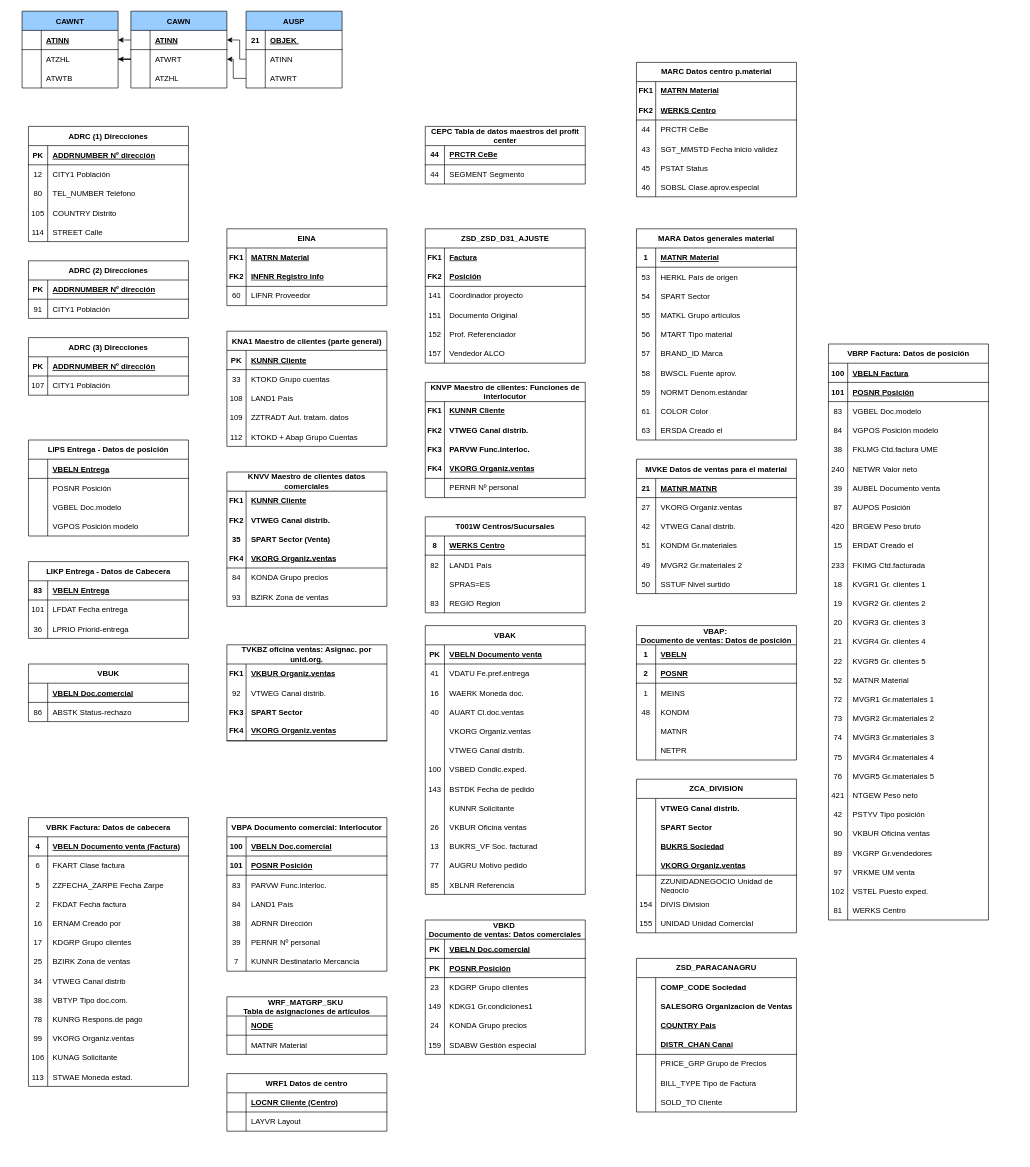
Jacarrascoh1977/Ventas_Y_Contribuciones keeps this draw.io diagram as Untitled Diagram.drawio. Above is the earlier version. Source tidied: cells renumbered, new cells numbered last; positions are measured from the earlier drawing's top-left corner, leaving out a move shared by most shapes. Both pictures are drawn from the tidied source at 64%, with x=0, y=0 at pixel (22, 11).
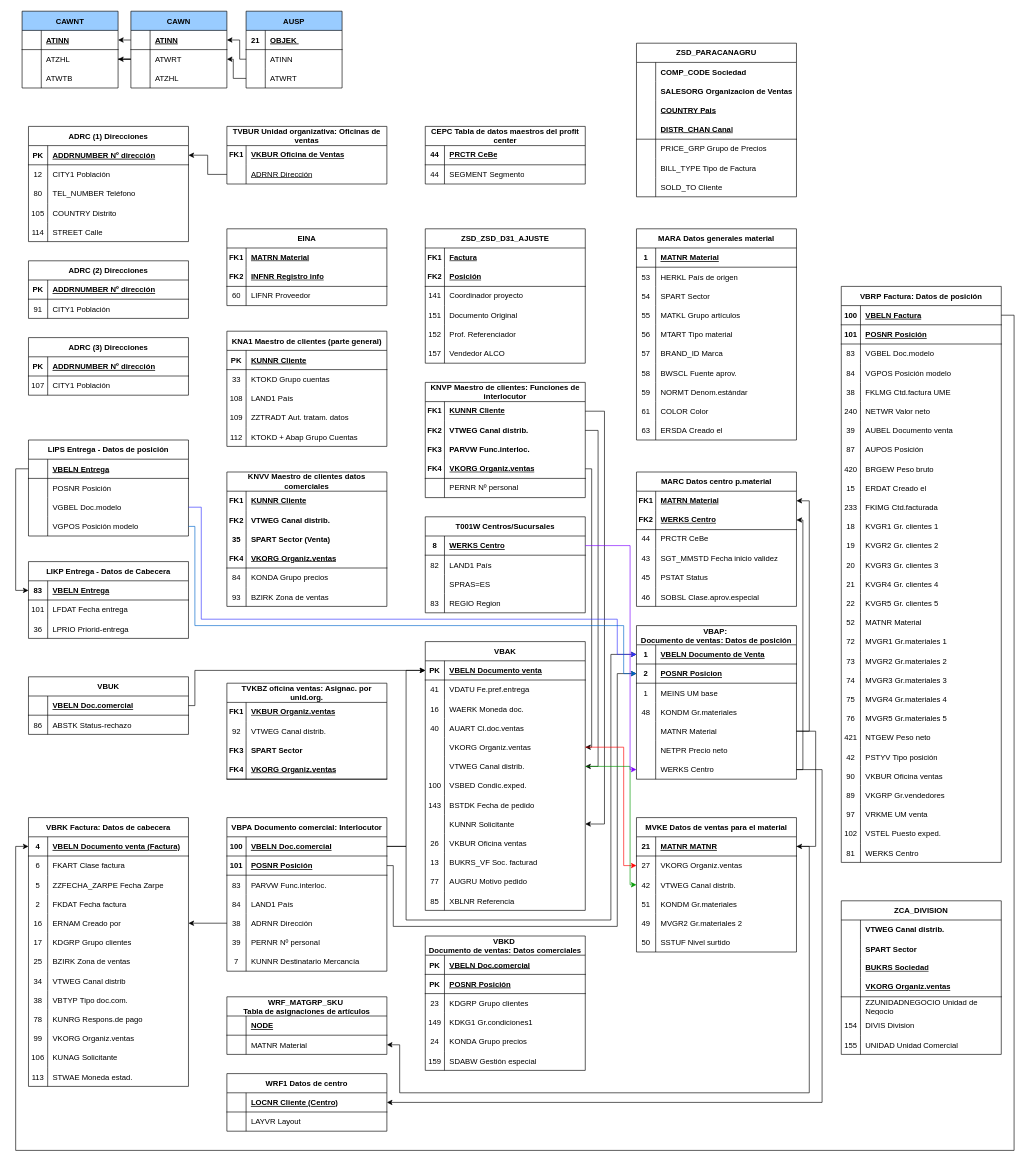
The same page after the edit.

Unchanged cells that the change refers to:
```xml
<mxCell id="37" style="shape=partialRectangle;fillColor=none;points=[[0,0.5],[1,0.5]];portConstraint=eastwest;top=0;left=0;right=0;bottom=1;" parent="36" vertex="1">
<mxCell id="67" style="shape=tableRow;horizontal=0;startSize=0;swimlaneHead=0;swimlaneBody=0;fillColor=none;points=[[0,0.5],[1,0.5]];portConstraint=eastwest;top=0;left=0;right=0;bottom=0;html=1;" parent="66" vertex="1">
<mxCell id="70" style="shape=tableRow;horizontal=0;startSize=0;swimlaneHead=0;swimlaneBody=0;fillColor=none;points=[[0,0.5],[1,0.5]];portConstraint=eastwest;top=0;left=0;right=0;bottom=1;html=1;" parent="66" vertex="1">
<mxCell id="138" style="shape=tableRow;horizontal=0;startSize=0;swimlaneHead=0;swimlaneBody=0;fillColor=none;points=[[0,0.5],[1,0.5]];portConstraint=eastwest;top=0;left=0;right=0;bottom=0;html=1;" parent="137" vertex="1">
<mxCell id="141" style="shape=tableRow;horizontal=0;startSize=0;swimlaneHead=0;swimlaneBody=0;fillColor=none;points=[[0,0.5],[1,0.5]];portConstraint=eastwest;top=0;left=0;right=0;bottom=0;" parent="137" vertex="1">
<mxCell id="147" style="shape=tableRow;horizontal=0;startSize=0;swimlaneHead=0;swimlaneBody=0;fillColor=none;points=[[0,0.5],[1,0.5]];portConstraint=eastwest;top=0;left=0;right=0;bottom=1;html=1;" parent="137" vertex="1">
<mxCell id="173" style="shape=partialRectangle;fillColor=none;points=[[0,0.5],[1,0.5]];portConstraint=eastwest;top=0;left=0;right=0;bottom=1;" parent="172" vertex="1">
<mxCell id="179" style="shape=partialRectangle;fillColor=none;points=[[0,0.5],[1,0.5]];portConstraint=eastwest;top=0;left=0;right=0;bottom=0;" parent="172" vertex="1">
<mxCell id="182" style="shape=partialRectangle;fillColor=none;points=[[0,0.5],[1,0.5]];portConstraint=eastwest;top=0;left=0;right=0;bottom=0;" parent="172" vertex="1">
<mxCell id="186" style="shape=partialRectangle;fillColor=none;points=[[0,0.5],[1,0.5]];portConstraint=eastwest;top=0;left=0;right=0;bottom=1;" parent="185" vertex="1">
<mxCell id="227" style="shape=partialRectangle;fillColor=none;points=[[0,0.5],[1,0.5]];portConstraint=eastwest;top=0;left=0;right=0;bottom=1;" parent="226" vertex="1">
<mxCell id="230" style="shape=partialRectangle;fillColor=none;points=[[0,0.5],[1,0.5]];portConstraint=eastwest;top=0;left=0;right=0;bottom=0;" parent="226" vertex="1">
<mxCell id="233" style="shape=partialRectangle;fillColor=none;points=[[0,0.5],[1,0.5]];portConstraint=eastwest;top=0;left=0;right=0;bottom=0;" parent="226" vertex="1">
<mxCell id="246" style="shape=partialRectangle;fillColor=none;points=[[0,0.5],[1,0.5]];portConstraint=eastwest;top=0;left=0;right=0;bottom=1;" parent="245" vertex="1">
<mxCell id="272" style="shape=partialRectangle;fillColor=none;points=[[0,0.5],[1,0.5]];portConstraint=eastwest;top=0;left=0;right=0;bottom=1;" parent="271" vertex="1">
<mxCell id="284" style="shape=partialRectangle;fillColor=none;points=[[0,0.5],[1,0.5]];portConstraint=eastwest;top=0;left=0;right=0;bottom=0;" parent="271" vertex="1">
<mxCell id="287" style="shape=partialRectangle;fillColor=none;points=[[0,0.5],[1,0.5]];portConstraint=eastwest;top=0;left=0;right=0;bottom=0;" parent="271" vertex="1">
<mxCell id="296" style="shape=partialRectangle;fillColor=none;points=[[0,0.5],[1,0.5]];portConstraint=eastwest;top=0;left=0;right=0;bottom=0;" parent="271" vertex="1">
<mxCell id="312" style="shape=partialRectangle;fillColor=none;points=[[0,0.5],[1,0.5]];portConstraint=eastwest;top=0;left=0;right=0;bottom=1;" parent="311" vertex="1">
<mxCell id="315" style="shape=partialRectangle;fillColor=none;points=[[0,0.5],[1,0.5]];portConstraint=eastwest;top=0;left=0;right=0;bottom=1;" parent="311" vertex="1">
<mxCell id="318" style="shape=partialRectangle;fillColor=none;top=0;left=0;right=0;bottom=0;" parent="311" vertex="1">
<mxCell id="321" style="shape=partialRectangle;fillColor=none;top=0;left=0;right=0;bottom=0;" parent="311" vertex="1">
<mxCell id="324" style="shape=partialRectangle;fillColor=none;points=[[0,0.5],[1,0.5]];portConstraint=eastwest;top=0;left=0;right=0;bottom=0;" parent="311" vertex="1">
<mxCell id="327" style="shape=partialRectangle;fillColor=none;top=0;left=0;right=0;bottom=0;" parent="311" vertex="1">
<mxCell id="350" style="shape=partialRectangle;fillColor=none;points=[[0,0.5],[1,0.5]];portConstraint=eastwest;top=0;left=0;right=0;bottom=1;" parent="349" vertex="1">
<mxCell id="357" style="shape=partialRectangle;fillColor=none;points=[[0,0.5],[1,0.5]];portConstraint=eastwest;top=0;left=0;right=0;bottom=1;" parent="356" vertex="1">
<mxCell id="369" style="shape=partialRectangle;fillColor=none;points=[[0,0.5],[1,0.5]];portConstraint=eastwest;top=0;left=0;right=0;bottom=0;" parent="356" vertex="1">
<mxCell id="397" style="shape=partialRectangle;fillColor=none;points=[[0,0.5],[1,0.5]];portConstraint=eastwest;top=0;left=0;right=0;bottom=1;" parent="396" vertex="1">
<mxCell id="485" style="shape=partialRectangle;fillColor=none;points=[[0,0.5],[1,0.5]];portConstraint=eastwest;top=0;left=0;right=0;bottom=1;" parent="484" vertex="1">
<mxCell id="488" style="shape=partialRectangle;fillColor=none;points=[[0,0.5],[1,0.5]];portConstraint=eastwest;top=0;left=0;right=0;bottom=1;" parent="484" vertex="1">
<mxCell id="497" style="shape=partialRectangle;fillColor=none;points=[[0,0.5],[1,0.5]];portConstraint=eastwest;top=0;left=0;right=0;bottom=0;" parent="484" vertex="1">
<mxCell id="510" style="shape=partialRectangle;fillColor=none;points=[[0,0.5],[1,0.5]];portConstraint=eastwest;top=0;left=0;right=0;bottom=0;" parent="506" vertex="1">
<mxCell id="514" style="shape=partialRectangle;fillColor=none;points=[[0,0.5],[1,0.5]];portConstraint=eastwest;top=0;left=0;right=0;bottom=1;" parent="513" vertex="1">
```

Change to the diagram source:
```diff
@@
     <mxCell id="66" value="MARC&amp;nbsp;Datos centro p.material" style="shape=table;startSize=30;childLayout=tableLayout;rowLines=0;fontStyle=1;align=center;html=1;whiteSpace=wrap;" parent="1" vertex="1">
-      <mxGeometry x="960" y="80" width="250" height="210" as="geometry" />
+      <mxGeometry x="960" y="720" width="250" height="210" as="geometry" />
     </mxCell>
@@
     <mxCell id="226" value="MVKE Datos de ventas para el material" style="shape=table;startSize=30;childLayout=tableLayout;rowLines=0;fontStyle=1;align=center;" parent="1" vertex="1">
-      <mxGeometry x="960" y="700" width="250" height="210" as="geometry" />
+      <mxGeometry x="960" y="1260" width="250" height="210" as="geometry" />
     </mxCell>
@@
     <mxCell id="258" value="TVKBZ&amp;nbsp;oficina ventas: Asignac. por unid.org." style="shape=table;startSize=30;childLayout=tableLayout;rowLines=0;fontStyle=1;align=center;html=1;whiteSpace=wrap;" parent="1" vertex="1">
-      <mxGeometry x="320" y="990" width="250" height="150" as="geometry" />
+      <mxGeometry x="320" y="1050" width="250" height="150" as="geometry" />
     </mxCell>
@@
     <mxCell id="271" value="VBAK" style="shape=table;startSize=30;childLayout=tableLayout;rowLines=0;fontStyle=1;align=center;" parent="1" vertex="1">
-      <mxGeometry x="630" y="960" width="250" height="420" as="geometry" />
+      <mxGeometry x="630" y="985" width="250" height="420" as="geometry" />
     </mxCell>
@@
     <mxCell id="311" value="VBAP: &#10;Documento de ventas: Datos de posición" style="shape=table;startSize=30;childLayout=tableLayout;rowLines=0;fontStyle=1;align=center;" parent="1" vertex="1">
-      <mxGeometry x="960" y="960" width="250" height="210" as="geometry" />
+      <mxGeometry x="960" y="960" width="250" height="240" as="geometry" />
     </mxCell>
@@
-    <mxCell id="314" value="VBELN" style="shape=partialRectangle;overflow=hidden;fillColor=none;top=0;left=0;bottom=0;right=0;align=left;spacingLeft=6;fontStyle=5;" parent="312" vertex="1">
+    <mxCell id="314" value="VBELN Documento de Venta" style="shape=partialRectangle;overflow=hidden;fillColor=none;top=0;left=0;bottom=0;right=0;align=left;spacingLeft=6;fontStyle=5;" parent="312" vertex="1">
       <mxGeometry x="30" width="220" height="30" as="geometry" />
     </mxCell>
@@
-    <mxCell id="317" value="POSNR" style="shape=partialRectangle;overflow=hidden;fillColor=none;top=0;left=0;bottom=0;right=0;align=left;spacingLeft=6;fontStyle=5;" parent="315" vertex="1">
+    <mxCell id="317" value="POSNR Posicion" style="shape=partialRectangle;overflow=hidden;fillColor=none;top=0;left=0;bottom=0;right=0;align=left;spacingLeft=6;fontStyle=5;" parent="315" vertex="1">
       <mxGeometry x="30" width="220" height="30" as="geometry" />
     </mxCell>
@@
-    <mxCell id="320" value="MEINS" style="shape=partialRectangle;overflow=hidden;fillColor=none;top=0;left=0;bottom=0;right=0;align=left;spacingLeft=6;" parent="318" vertex="1">
+    <mxCell id="320" value="MEINS UM base" style="shape=partialRectangle;overflow=hidden;fillColor=none;top=0;left=0;bottom=0;right=0;align=left;spacingLeft=6;" parent="318" vertex="1">
       <mxGeometry x="30" width="220" height="30" as="geometry" />
     </mxCell>
@@
-    <mxCell id="323" value="KONDM" style="shape=partialRectangle;overflow=hidden;fillColor=none;top=0;left=0;bottom=0;right=0;align=left;spacingLeft=6;" parent="321" vertex="1">
+    <mxCell id="323" value="KONDM Gr.materiales" style="shape=partialRectangle;overflow=hidden;fillColor=none;top=0;left=0;bottom=0;right=0;align=left;spacingLeft=6;" parent="321" vertex="1">
       <mxGeometry x="30" width="220" height="30" as="geometry" />
     </mxCell>
@@
-    <mxCell id="326" value="MATNR" style="shape=partialRectangle;overflow=hidden;fillColor=none;top=0;left=0;bottom=0;right=0;align=left;spacingLeft=6;" parent="324" vertex="1">
+    <mxCell id="326" value="MATNR Material" style="shape=partialRectangle;overflow=hidden;fillColor=none;top=0;left=0;bottom=0;right=0;align=left;spacingLeft=6;" parent="324" vertex="1">
       <mxGeometry x="30" width="220" height="30" as="geometry" />
     </mxCell>
@@
-    <mxCell id="329" value="NETPR" style="shape=partialRectangle;overflow=hidden;fillColor=none;top=0;left=0;bottom=0;right=0;align=left;spacingLeft=6;" parent="327" vertex="1">
+    <mxCell id="329" value="NETPR Precio neto" style="shape=partialRectangle;overflow=hidden;fillColor=none;top=0;left=0;bottom=0;right=0;align=left;spacingLeft=6;" parent="327" vertex="1">
       <mxGeometry x="30" width="220" height="30" as="geometry" />
     </mxCell>
+    <mxCell id="564" style="shape=tableRow;horizontal=0;startSize=0;swimlaneHead=0;swimlaneBody=0;fillColor=none;points=[[0,0.5],[1,0.5]];portConstraint=eastwest;top=0;left=0;right=0;bottom=0;" parent="311" vertex="1">
+      <mxGeometry y="210" width="250" height="30" as="geometry" />
+    </mxCell>
+    <mxCell id="565" style="shape=partialRectangle;fillColor=none;top=0;left=0;bottom=0;right=0;overflow=hidden;" parent="564" vertex="1">
+      <mxGeometry width="30" height="30" as="geometry" />
+    </mxCell>
+    <mxCell id="566" value="WERKS Centro" style="shape=partialRectangle;fillColor=none;top=0;left=0;bottom=0;right=0;align=left;spacingLeft=6;overflow=hidden;" parent="564" vertex="1">
+      <mxGeometry x="30" width="220" height="30" as="geometry" />
+    </mxCell>
     <mxCell id="330" value="VBKD &#10;Documento de ventas: Datos comerciales" style="shape=table;startSize=30;childLayout=tableLayout;rowLines=0;fontStyle=1;align=center;" parent="1" vertex="1">
-      <mxGeometry x="630" y="1420" width="250" height="210" as="geometry" />
+      <mxGeometry x="630" y="1445" width="250" height="210" as="geometry" />
     </mxCell>
@@
     <mxCell id="349" value="VBUK" style="shape=table;startSize=30;childLayout=tableLayout;rowLines=0;fontStyle=1;align=center;" parent="1" vertex="1">
-      <mxGeometry x="10" y="1020" width="250" height="90" as="geometry" />
+      <mxGeometry x="10" y="1040" width="250" height="90" as="geometry" />
     </mxCell>
@@
     <mxCell id="396" value="VBRP Factura: Datos de posición" style="shape=table;startSize=30;childLayout=tableLayout;rowLines=0;fontStyle=1;align=center;" parent="1" vertex="1">
-      <mxGeometry x="1260" y="520" width="250" height="900" as="geometry" />
+      <mxGeometry x="1280" y="430" width="250" height="900" as="geometry" />
     </mxCell>
@@
     <mxCell id="520" value="ZCA_DIVISION" style="shape=table;startSize=30;childLayout=tableLayout;rowLines=0;fontStyle=1;align=center;html=1;whiteSpace=wrap;" parent="1" vertex="1">
-      <mxGeometry x="960" y="1200" width="250" height="240" as="geometry" />
+      <mxGeometry x="1280" y="1390" width="250" height="240" as="geometry" />
     </mxCell>
@@
     <mxCell id="542" value="ZSD_PARACANAGRU" style="shape=table;startSize=30;childLayout=tableLayout;rowLines=0;fontStyle=1;align=center;html=1;whiteSpace=wrap;" parent="1" vertex="1">
-      <mxGeometry x="960" y="1480" width="250" height="240" as="geometry" />
+      <mxGeometry x="960" y="50" width="250" height="240" as="geometry" />
     </mxCell>
@@
+    <mxCell id="567" style="edgeStyle=orthogonalEdgeStyle;rounded=0;jettySize=auto;html=1;entryX=0;entryY=0.5;entryDx=0;entryDy=0;" parent="1" edge="1" source="485" target="272">
+      <mxGeometry relative="1" as="geometry" />
+    </mxCell>
+    <mxCell id="568" style="edgeStyle=orthogonalEdgeStyle;rounded=0;jettySize=auto;html=1;entryX=0;entryY=0.5;entryDx=0;entryDy=0;" parent="1" edge="1" source="485" target="312">
+      <mxGeometry relative="1" as="geometry">
+        <Array as="points">
+          <mxPoint x="600" y="1305" />
+          <mxPoint x="600" y="1420" />
+          <mxPoint x="920" y="1420" />
+          <mxPoint x="920" y="1005" />
+        </Array>
+      </mxGeometry>
+    </mxCell>
+    <mxCell id="569" style="edgeStyle=orthogonalEdgeStyle;rounded=0;jettySize=auto;html=1;" parent="1" edge="1" source="497" target="369">
+      <mxGeometry relative="1" as="geometry" />
+    </mxCell>
+    <mxCell id="570" style="edgeStyle=orthogonalEdgeStyle;rounded=0;jettySize=auto;html=1;" parent="1" edge="1" source="488" target="315">
+      <mxGeometry relative="1" as="geometry">
+        <Array as="points">
+          <mxPoint x="580" y="1335" />
+          <mxPoint x="580" y="1430" />
+          <mxPoint x="930" y="1430" />
+          <mxPoint x="930" y="1035" />
+        </Array>
+      </mxGeometry>
+    </mxCell>
+    <mxCell id="571" style="edgeStyle=orthogonalEdgeStyle;rounded=0;jettySize=auto;html=1;entryX=1;entryY=0.5;entryDx=0;entryDy=0;" parent="1" edge="1" source="147" target="284">
+      <mxGeometry relative="1" as="geometry">
+        <Array as="points">
+          <mxPoint x="890" y="715" />
+          <mxPoint x="890" y="1150" />
+        </Array>
+      </mxGeometry>
+    </mxCell>
+    <mxCell id="572" style="edgeStyle=orthogonalEdgeStyle;rounded=0;jettySize=auto;html=1;entryX=1;entryY=0.5;entryDx=0;entryDy=0;" parent="1" edge="1" source="141" target="287">
+      <mxGeometry relative="1" as="geometry">
+        <Array as="points">
+          <mxPoint x="900" y="655" />
+          <mxPoint x="900" y="1180" />
+        </Array>
+      </mxGeometry>
+    </mxCell>
+    <mxCell id="573" style="edgeStyle=orthogonalEdgeStyle;rounded=0;jettySize=auto;html=1;entryX=1;entryY=0.5;entryDx=0;entryDy=0;" parent="1" edge="1" source="138" target="296">
+      <mxGeometry relative="1" as="geometry">
+        <Array as="points">
+          <mxPoint x="910" y="625" />
+          <mxPoint x="910" y="1270" />
+        </Array>
+      </mxGeometry>
+    </mxCell>
+    <mxCell id="574" style="edgeStyle=orthogonalEdgeStyle;rounded=0;jettySize=auto;html=1;entryX=0;entryY=0.5;entryDx=0;entryDy=0;strokeColor=#3333FF;" parent="1" edge="1" source="179" target="312">
+      <mxGeometry relative="1" as="geometry">
+        <Array as="points">
+          <mxPoint x="280" y="775" />
+          <mxPoint x="280" y="950" />
+          <mxPoint x="930" y="950" />
+          <mxPoint x="930" y="1005" />
+        </Array>
+      </mxGeometry>
+    </mxCell>
+    <mxCell id="575" style="edgeStyle=orthogonalEdgeStyle;rounded=0;jettySize=auto;html=1;strokeColor=#0066CC;" parent="1" edge="1" source="182" target="315">
+      <mxGeometry relative="1" as="geometry">
+        <Array as="points">
+          <mxPoint x="270" y="805" />
+          <mxPoint x="270" y="960" />
+          <mxPoint x="940" y="960" />
+          <mxPoint x="940" y="1035" />
+        </Array>
+      </mxGeometry>
+    </mxCell>
+    <mxCell id="576" style="edgeStyle=orthogonalEdgeStyle;rounded=0;jettySize=auto;html=1;entryX=0;entryY=0.5;entryDx=0;entryDy=0;" parent="1" edge="1" source="173" target="186">
+      <mxGeometry relative="1" as="geometry" />
+    </mxCell>
+    <mxCell id="577" style="edgeStyle=orthogonalEdgeStyle;rounded=0;jettySize=auto;html=1;entryX=1;entryY=0.5;entryDx=0;entryDy=0;" parent="1" edge="1" source="564" target="70">
+      <mxGeometry relative="1" as="geometry">
+        <Array as="points">
+          <mxPoint x="1220" y="1185" />
+          <mxPoint x="1220" y="795" />
+        </Array>
+      </mxGeometry>
+    </mxCell>
+    <mxCell id="578" style="edgeStyle=orthogonalEdgeStyle;rounded=0;jettySize=auto;html=1;entryX=1;entryY=0.5;entryDx=0;entryDy=0;" parent="1" edge="1" source="324" target="67">
+      <mxGeometry relative="1" as="geometry">
+        <Array as="points">
+          <mxPoint x="1230" y="1125" />
+          <mxPoint x="1230" y="765" />
+        </Array>
+      </mxGeometry>
+    </mxCell>
+    <mxCell id="579" style="edgeStyle=orthogonalEdgeStyle;rounded=0;jettySize=auto;html=1;entryX=0;entryY=0.5;entryDx=0;entryDy=0;strokeColor=#FF0000;" parent="1" edge="1" source="284" target="230">
+      <mxGeometry relative="1" as="geometry">
+        <Array as="points">
+          <mxPoint x="940" y="1150" />
+          <mxPoint x="940" y="1335" />
+        </Array>
+      </mxGeometry>
+    </mxCell>
+    <mxCell id="580" style="edgeStyle=orthogonalEdgeStyle;rounded=0;jettySize=auto;html=1;strokeColor=#009900;" parent="1" edge="1" source="287" target="233">
+      <mxGeometry relative="1" as="geometry">
+        <Array as="points">
+          <mxPoint x="950" y="1180" />
+          <mxPoint x="950" y="1365" />
+        </Array>
+      </mxGeometry>
+    </mxCell>
+    <mxCell id="581" style="edgeStyle=orthogonalEdgeStyle;rounded=0;jettySize=auto;html=1;" parent="1" edge="1" source="324" target="227">
+      <mxGeometry relative="1" as="geometry">
+        <Array as="points">
+          <mxPoint x="1240" y="1125" />
+          <mxPoint x="1240" y="1305" />
+        </Array>
+      </mxGeometry>
+    </mxCell>
+    <mxCell id="582" style="edgeStyle=orthogonalEdgeStyle;rounded=0;jettySize=auto;html=1;entryX=0;entryY=0.5;entryDx=0;entryDy=0;" parent="1" edge="1" source="397" target="357">
+      <mxGeometry relative="1" as="geometry">
+        <Array as="points">
+          <mxPoint x="1550" y="475" />
+          <mxPoint x="1550" y="1780" />
+          <mxPoint x="-10" y="1780" />
+          <mxPoint x="-10" y="1305" />
+        </Array>
+      </mxGeometry>
+    </mxCell>
+    <mxCell id="583" style="edgeStyle=orthogonalEdgeStyle;rounded=0;jettySize=auto;html=1;entryX=1;entryY=0.5;entryDx=0;entryDy=0;" parent="1" edge="1" source="227" target="510">
+      <mxGeometry relative="1" as="geometry">
+        <Array as="points">
+          <mxPoint x="1230" y="1305" />
+          <mxPoint x="1230" y="1690" />
+          <mxPoint x="590" y="1690" />
+          <mxPoint x="590" y="1615" />
+        </Array>
+      </mxGeometry>
+    </mxCell>
+    <mxCell id="584" style="edgeStyle=orthogonalEdgeStyle;rounded=0;jettySize=auto;html=1;exitX=1;exitY=0.5;exitDx=0;exitDy=0;entryX=0;entryY=0.5;entryDx=0;entryDy=0;" parent="1" edge="1" source="350" target="272">
+      <mxGeometry relative="1" as="geometry">
+        <Array as="points">
+          <mxPoint x="270" y="1085" />
+          <mxPoint x="270" y="1030" />
+        </Array>
+      </mxGeometry>
+    </mxCell>
+    <mxCell id="585" style="edgeStyle=orthogonalEdgeStyle;rounded=0;jettySize=auto;html=1;exitX=1;exitY=0.5;exitDx=0;exitDy=0;strokeColor=#7F00FF;" parent="1" edge="1" source="246" target="564">
+      <mxGeometry relative="1" as="geometry">
+        <Array as="points">
+          <mxPoint x="950" y="835" />
+          <mxPoint x="950" y="1185" />
+        </Array>
+      </mxGeometry>
+    </mxCell>
+    <mxCell id="586" value="TVBUR&amp;nbsp;Unidad organizativa: Oficinas de ventas" style="shape=table;startSize=30;childLayout=tableLayout;rowLines=0;fontStyle=1;align=center;html=1;whiteSpace=wrap;" parent="1" vertex="1">
+      <mxGeometry x="320" y="180" width="250" height="90" as="geometry" />
+    </mxCell>
+    <mxCell id="587" style="shape=tableRow;horizontal=0;startSize=0;swimlaneHead=0;swimlaneBody=0;fillColor=none;top=0;left=0;right=0;bottom=0;html=1;" parent="586" vertex="1">
+      <mxGeometry y="30" width="250" height="30" as="geometry" />
+    </mxCell>
+    <mxCell id="588" value="FK1" style="shape=partialRectangle;fillColor=none;top=0;left=0;bottom=0;right=0;fontStyle=1;overflow=hidden;html=1;whiteSpace=wrap;" parent="587" vertex="1">
+      <mxGeometry width="30" height="30" as="geometry" />
+    </mxCell>
+    <mxCell id="589" value="VKBUR Oficina de Ventas" style="shape=partialRectangle;fillColor=none;top=0;left=0;bottom=0;right=0;align=left;spacingLeft=6;fontStyle=5;overflow=hidden;html=1;whiteSpace=wrap;" parent="587" vertex="1">
+      <mxGeometry x="30" width="220" height="30" as="geometry" />
+    </mxCell>
+    <mxCell id="590" style="shape=tableRow;horizontal=0;startSize=0;swimlaneHead=0;swimlaneBody=0;fillColor=none;points=[[0,0.5],[1,0.5]];portConstraint=eastwest;top=0;left=0;right=0;bottom=0;html=1;" parent="586" vertex="1">
+      <mxGeometry y="60" width="250" height="30" as="geometry" />
+    </mxCell>
+    <mxCell id="591" style="shape=partialRectangle;fillColor=none;top=0;left=0;bottom=0;right=0;overflow=hidden;html=1;whiteSpace=wrap;" parent="590" vertex="1">
+      <mxGeometry width="30" height="30" as="geometry" />
+    </mxCell>
+    <mxCell id="592" value="&lt;span style=&quot;text-decoration-line: underline; font-weight: normal;&quot;&gt;ADRNR&amp;nbsp;Dirección&lt;/span&gt;" style="shape=partialRectangle;fillColor=none;top=0;left=0;bottom=0;right=0;align=left;spacingLeft=6;overflow=hidden;html=1;whiteSpace=wrap;fontStyle=1;" parent="590" vertex="1">
+      <mxGeometry x="30" width="220" height="30" as="geometry" />
+    </mxCell>
+    <mxCell id="593" style="edgeStyle=orthogonalEdgeStyle;rounded=0;jettySize=auto;html=1;entryX=1;entryY=0.5;entryDx=0;entryDy=0;" parent="1" edge="1" source="590" target="37">
+      <mxGeometry relative="1" as="geometry" />
+    </mxCell>
+    <mxCell id="594" style="edgeStyle=orthogonalEdgeStyle;rounded=0;jettySize=auto;html=1;exitX=1;exitY=0.5;exitDx=0;exitDy=0;" parent="1" edge="1" source="564" target="514">
+      <mxGeometry relative="1" as="geometry">
+        <Array as="points">
+          <mxPoint x="1250" y="1185" />
+          <mxPoint x="1250" y="1705" />
+        </Array>
+      </mxGeometry>
+    </mxCell>
```
